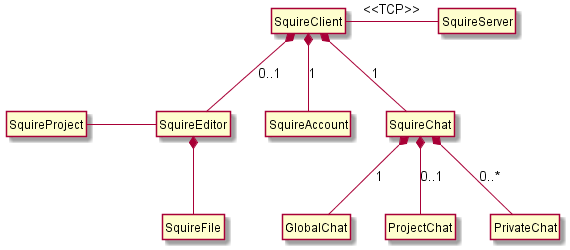
The PlantUML diagram hw3/client.png in voxelv/sQuire_kw, before a commit.
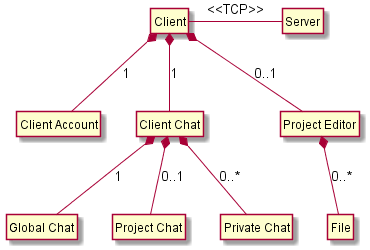
Later version of the same file.

Commit message:
the rest of the whiteboard edits

Diff of the diagram source:
```diff
@@ -2,38 +2,15 @@
 hide circle
 hide empty members
 
-class "SquireClient" as sq {
-
-	}
-
-class "SquireAccount" as ua {
-
-	}
-
-class "SquireChat" as sqc {
-
-	}
-
-class "SquireEditor" as sqe {
-
-	}
-
-class "SquireProject" as sqp {
-
-	}
-class "SquireFile" as sqf {
-
-	}
-class "GlobalChat" as gchat {
-
-	}
-class "ProjectChat" as pchat {
-
-	}
-class "PrivateChat" as fchat {
-
-	}
-class "SquireServer" as sqse
+class "Client" as sq
+class "Client Account" as ua
+class "Client Chat" as sqc
+class "Project Editor" as sqe
+class "File" as sqf
+class "Global Chat" as gchat
+class "Project Chat" as pchat
+class "Private Chat" as fchat
+class "Server" as sqse
 
 sq -right- sqse : <<TCP>>
 
@@ -45,8 +22,7 @@
 sqc *-- pchat : 0..1
 sqc *-- fchat : 0..*
 
-sqe *-- sqf
-sqe -left- sqp
+sqe *-- sqf : 0..*
 
 
 @enduml
```
